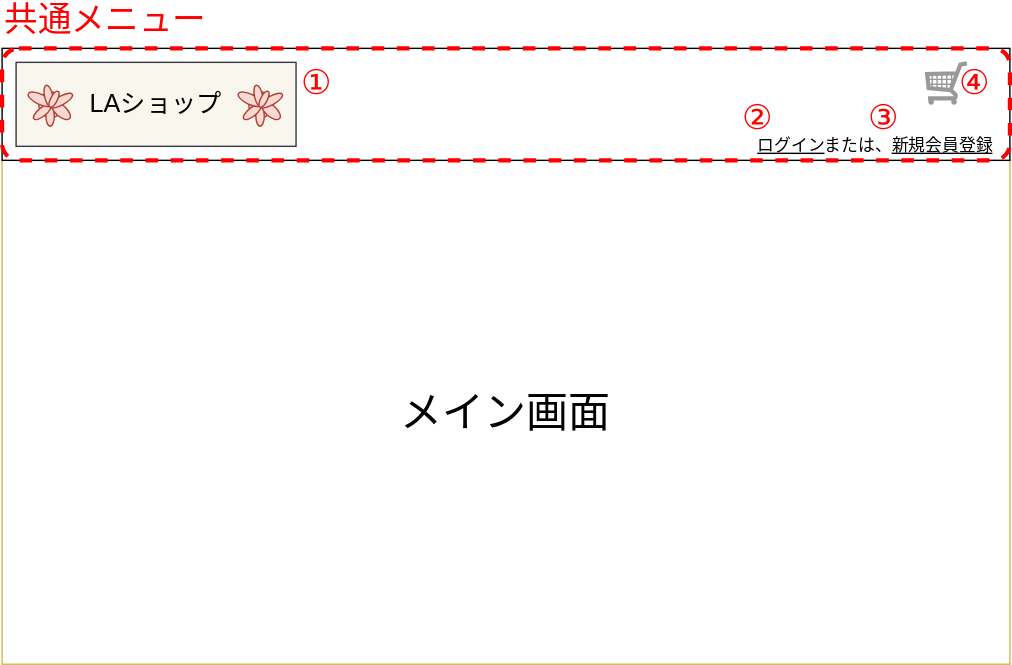
This is documents/20_外部設計/image/M000_共通メニュー.svg from la-java-silicon-2021/shopping-doc, a draw.io export, as it was before one commit. Source tidied: cells renumbered, new cells last; positions are measured from the earlier drawing's top-left corner, leaving out a move shared by most shapes.
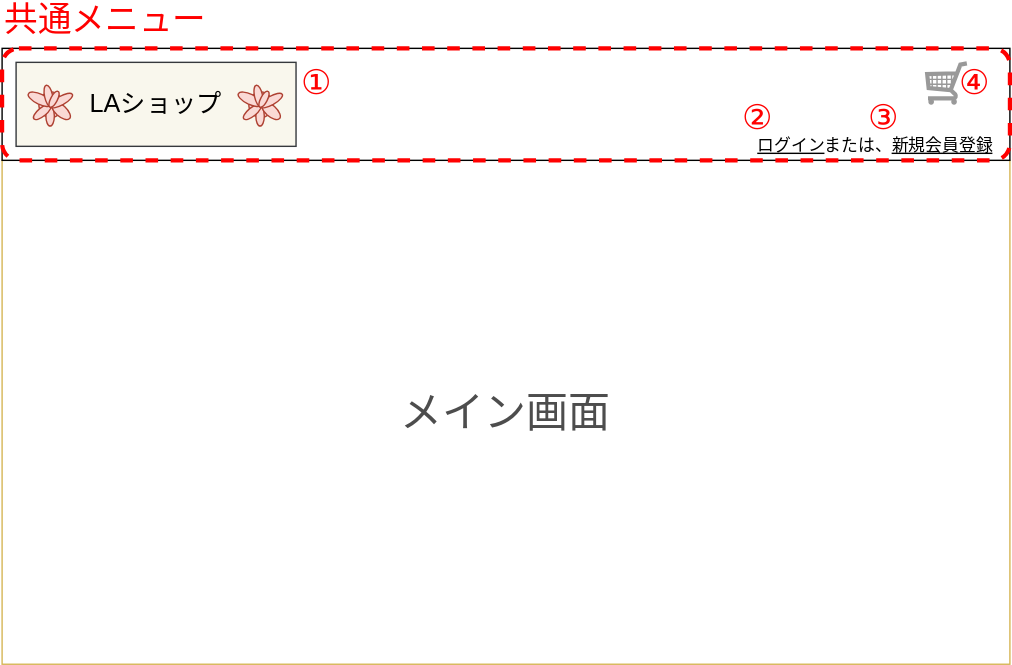
After the commit.

Commit message:
M000_共通メニュー.svg を更新します

The edit, as a diff of the source:
```diff
@@ -2,7 +2,7 @@
   <root>
     <mxCell id="0" />
     <mxCell id="1" parent="0" />
-    <mxCell id="2" value="&lt;font style=&quot;font-size: 30px&quot;&gt;メイン画面&lt;/font&gt;" style="rounded=0;whiteSpace=wrap;html=1;strokeColor=#d6b656;fillColor=#FFFFFF;" parent="1" vertex="1">
+    <mxCell id="2" value="&lt;font style=&quot;font-size: 30px&quot; color=&quot;#4d4d4d&quot;&gt;メイン画面&lt;/font&gt;" style="rounded=0;whiteSpace=wrap;html=1;strokeColor=#d6b656;fillColor=#FFFFFF;" parent="1" vertex="1">
       <mxGeometry y="110" width="720" height="360" as="geometry" />
     </mxCell>
     <mxCell id="3" style="rounded=0;whiteSpace=wrap;html=1;align=left;" parent="1" vertex="1">
```
